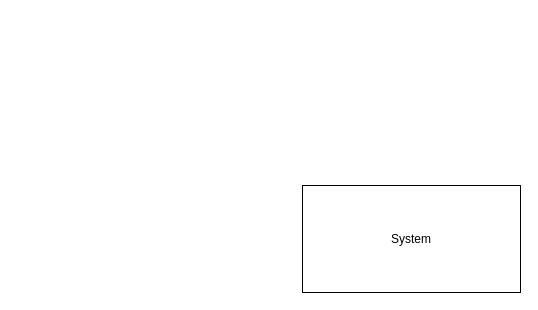
Above: Diagram bez tytułu.drawio in Tarik-Alaiwi-dev/psi (draw.io), before the change. Source tidied: cells renumbered, new cells numbered last; positions are measured from the earlier drawing's top-left corner, leaving out a move shared by most shapes. Both pictures are drawn from the tidied source at 100%, with x=0, y=0 at pixel (302, 185).
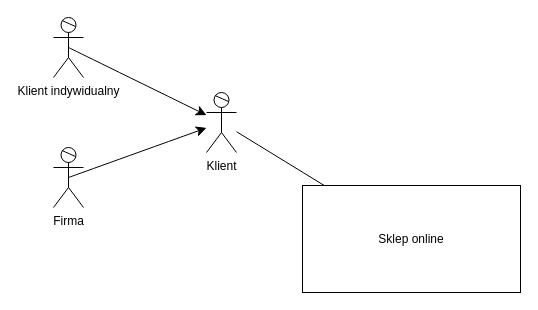
Above is the later version.

What changed in the source:
```diff
@@
 <mxGraphModel>
   <root>
     <mxCell id="0" />
     <mxCell id="1" parent="0" />
-    <mxCell id="2" value="System" style="rounded=0;whiteSpace=wrap;html=1;" parent="1" vertex="1">
+    <mxCell id="2" value="Sklep online" style="rounded=0;whiteSpace=wrap;html=1;" parent="1" vertex="1">
       <mxGeometry width="218" height="107" as="geometry" />
     </mxCell>
+    <mxCell id="3" value="Klient" style="shape=umlActor;verticalLabelPosition=bottom;verticalAlign=top;html=1;outlineConnect=0;" parent="1" vertex="1">
+      <mxGeometry x="-96" y="-93" width="30" height="60" as="geometry" />
+    </mxCell>
+    <mxCell id="4" style="endArrow=none;html=1;rounded=0;fontSize=12;startSize=8;endSize=8;curved=1;" parent="1" edge="1">
+      <mxGeometry relative="1" as="geometry">
+        <mxPoint x="-87.5" y="-90" as="sourcePoint" />
+        <mxPoint x="-74" y="-84" as="targetPoint" />
+      </mxGeometry>
+    </mxCell>
+    <mxCell id="5" value="Klient indywidualny" style="shape=umlActor;verticalLabelPosition=bottom;verticalAlign=top;html=1;outlineConnect=0;" parent="1" vertex="1">
+      <mxGeometry x="-249" y="-168" width="30" height="60" as="geometry" />
+    </mxCell>
+    <mxCell id="6" style="endArrow=none;html=1;rounded=0;fontSize=12;startSize=8;endSize=8;curved=1;" parent="1" edge="1">
+      <mxGeometry relative="1" as="geometry">
+        <mxPoint x="-240.5" y="-165" as="sourcePoint" />
+        <mxPoint x="-227" y="-159" as="targetPoint" />
+      </mxGeometry>
+    </mxCell>
+    <mxCell id="7" style="endArrow=classic;html=1;rounded=0;fontSize=12;startSize=8;endSize=8;curved=1;exitX=0.5;exitY=0.5;exitDx=0;exitDy=0;exitPerimeter=0;" parent="1" edge="1" source="5" target="3">
+      <mxGeometry relative="1" as="geometry" />
+    </mxCell>
+    <mxCell id="8" value="Firma" style="shape=umlActor;verticalLabelPosition=bottom;verticalAlign=top;html=1;outlineConnect=0;" parent="1" vertex="1">
+      <mxGeometry x="-249" y="-38" width="30" height="60" as="geometry" />
+    </mxCell>
+    <mxCell id="9" style="endArrow=none;html=1;rounded=0;fontSize=12;startSize=8;endSize=8;curved=1;" parent="1" edge="1">
+      <mxGeometry relative="1" as="geometry">
+        <mxPoint x="-240.5" y="-35" as="sourcePoint" />
+        <mxPoint x="-227" y="-29" as="targetPoint" />
+      </mxGeometry>
+    </mxCell>
+    <mxCell id="10" style="endArrow=classic;html=1;rounded=0;fontSize=12;startSize=8;endSize=8;curved=1;exitX=0.5;exitY=0.5;exitDx=0;exitDy=0;exitPerimeter=0;" parent="1" edge="1" source="8" target="3">
+      <mxGeometry relative="1" as="geometry" />
+    </mxCell>
+    <mxCell id="11" style="endArrow=none;html=1;rounded=0;fontSize=12;startSize=8;endSize=8;curved=1;" parent="1" edge="1" source="3" target="2">
+      <mxGeometry relative="1" as="geometry" />
+    </mxCell>
   </root>
 </mxGraphModel>
```
